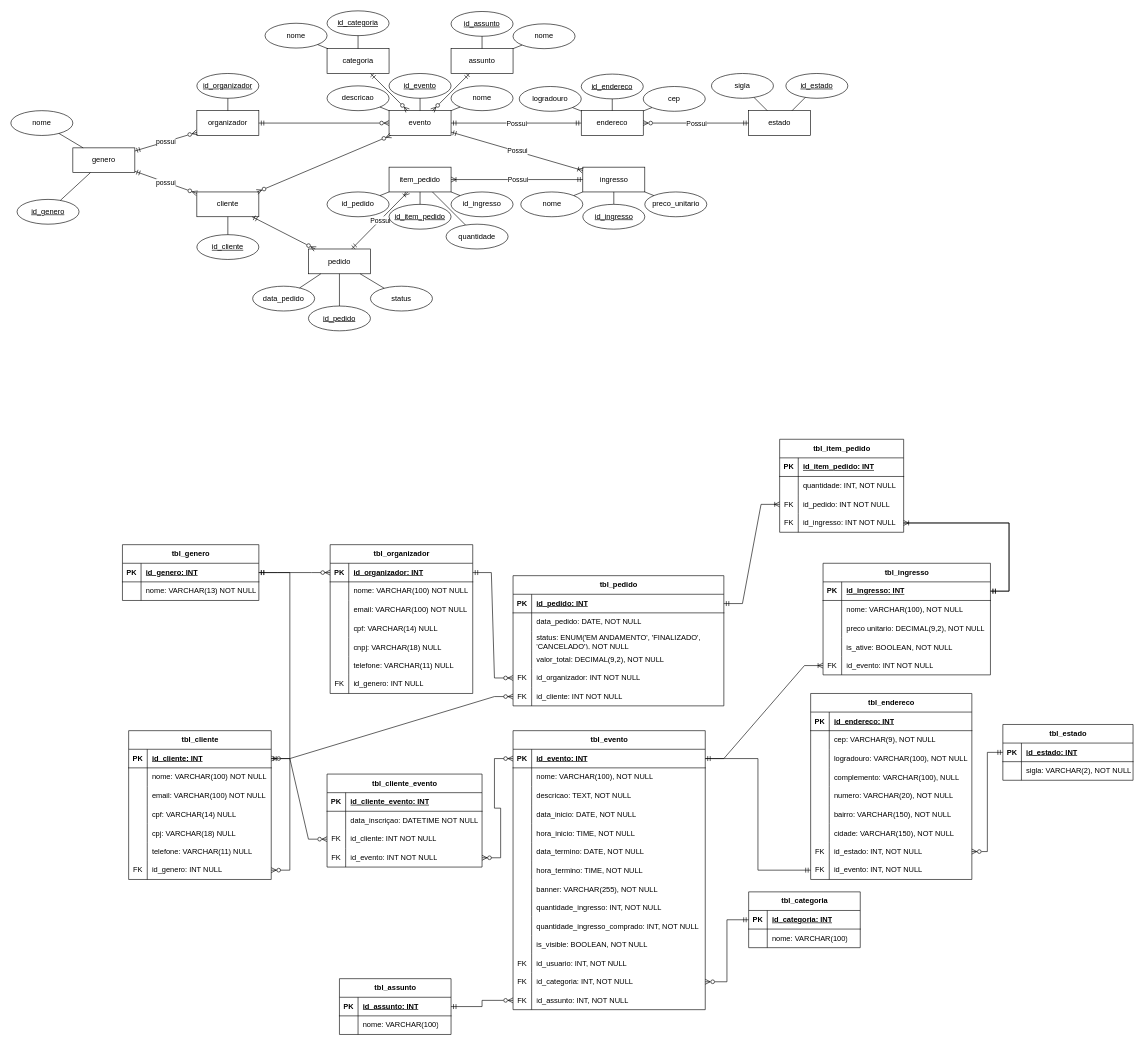
The draw.io diagram docs/modelagem.drawio in leonardo-scotti/gestao-eventos, before the edit. Source tidied: cells renumbered, new cells numbered last; positions are measured from the earlier drawing's top-left corner, leaving out a move shared by most shapes. Both pictures are drawn from the tidied source at 62%, with x=0, y=0 at pixel (11, 11).
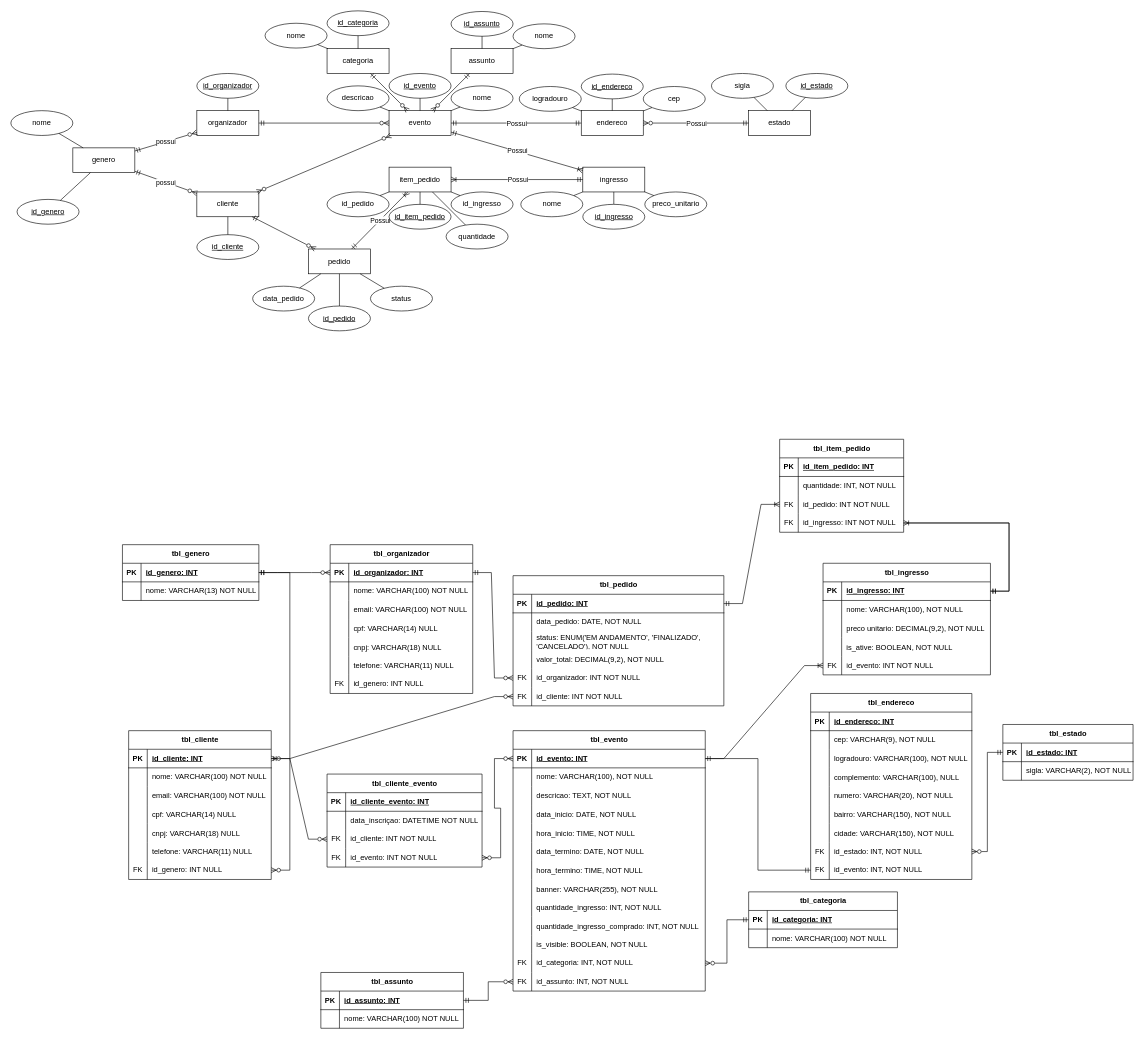
Above is the later version.

Commit message:
atualizando o draw io

Unchanged cells that the change refers to:
```xml
<mxCell id="270" style="shape=tableRow;horizontal=0;startSize=0;swimlaneHead=0;swimlaneBody=0;fillColor=none;top=0;left=0;right=0;bottom=0;" parent="257" vertex="1">
  <mxGeometry y="150" width="230" height="30" as="geometry" />
</mxCell>
```

The edit, as a diff of the source:
```diff
@@
-<mxGraphModel>
+<mxGraphModel background="#ffffff">
@@
     <mxCell id="66" value="tbl_evento" style="shape=table;startSize=30;childLayout=tableLayout;rowLines=0;fontStyle=1;align=center;html=1;" parent="1" vertex="1">
-      <mxGeometry x="810" y="1161" width="310" height="450" as="geometry" />
+      <mxGeometry x="810" y="1161" width="310" height="420" as="geometry" />
     </mxCell>
@@
-    <mxCell id="100" style="shape=tableRow;horizontal=0;startSize=0;swimlaneHead=0;swimlaneBody=0;fillColor=none;top=0;left=0;right=0;bottom=0;" parent="66" vertex="1">
-      <mxGeometry y="360" width="310" height="30" as="geometry" />
-    </mxCell>
-    <mxCell id="101" value="FK" style="shape=partialRectangle;fillColor=none;top=0;left=0;bottom=0;right=0;overflow=hidden;" parent="100" vertex="1">
-      <mxGeometry width="30" height="30" as="geometry" />
-    </mxCell>
-    <mxCell id="102" value="id_usuario: INT, NOT NULL" style="shape=partialRectangle;fillColor=none;top=0;left=0;bottom=0;right=0;align=left;spacingLeft=6;overflow=hidden;" parent="100" vertex="1">
-      <mxGeometry x="30" width="280" height="30" as="geometry" />
-    </mxCell>
     <mxCell id="103" style="shape=tableRow;horizontal=0;startSize=0;swimlaneHead=0;swimlaneBody=0;fillColor=none;points=[[0,0.5],[1,0.5]];portConstraint=eastwest;top=0;left=0;right=0;bottom=0;" parent="66" vertex="1">
-      <mxGeometry y="390" width="310" height="30" as="geometry" />
+      <mxGeometry y="360" width="310" height="30" as="geometry" />
     </mxCell>
@@
     <mxCell id="106" style="shape=tableRow;horizontal=0;startSize=0;swimlaneHead=0;swimlaneBody=0;fillColor=none;points=[[0,0.5],[1,0.5]];portConstraint=eastwest;top=0;left=0;right=0;bottom=0;" parent="66" vertex="1">
-      <mxGeometry y="420" width="310" height="30" as="geometry" />
+      <mxGeometry y="390" width="310" height="30" as="geometry" />
     </mxCell>
@@
     <mxCell id="121" value="tbl_categoria" style="shape=table;startSize=30;childLayout=tableLayout;rowLines=0;fontStyle=1;align=center;html=1;" parent="1" vertex="1">
-      <mxGeometry x="1190" y="1421" width="180" height="90" as="geometry" />
+      <mxGeometry x="1190" y="1421" width="240" height="90" as="geometry" />
     </mxCell>
     <mxCell id="122" style="shape=tableRow;horizontal=0;startSize=0;swimlaneHead=0;swimlaneBody=0;fillColor=none;points=[[0,0.5],[1,0.5]];portConstraint=eastwest;top=0;left=0;right=0;bottom=1;" parent="121" vertex="1">
-      <mxGeometry y="30" width="180" height="30" as="geometry" />
+      <mxGeometry y="30" width="240" height="30" as="geometry" />
     </mxCell>
@@
     <mxCell id="124" value="id_categoria: INT" style="shape=partialRectangle;fillColor=none;top=0;left=0;bottom=0;right=0;align=left;spacingLeft=6;fontStyle=5;overflow=hidden;whiteSpace=wrap;html=1;" parent="122" vertex="1">
-      <mxGeometry x="30" width="150" height="30" as="geometry" />
+      <mxGeometry x="30" width="210" height="30" as="geometry" />
     </mxCell>
     <mxCell id="125" style="shape=tableRow;horizontal=0;startSize=0;swimlaneHead=0;swimlaneBody=0;fillColor=none;top=0;left=0;right=0;bottom=0;" parent="121" vertex="1">
-      <mxGeometry y="60" width="180" height="30" as="geometry" />
+      <mxGeometry y="60" width="240" height="30" as="geometry" />
     </mxCell>
@@
-    <mxCell id="127" value="nome: VARCHAR(100)" style="shape=partialRectangle;fillColor=none;top=0;left=0;bottom=0;right=0;align=left;spacingLeft=6;overflow=hidden;whiteSpace=wrap;html=1;" parent="125" vertex="1">
-      <mxGeometry x="30" width="150" height="30" as="geometry" />
+    <mxCell id="127" value="nome: VARCHAR(100) NOT NULL" style="shape=partialRectangle;fillColor=none;top=0;left=0;bottom=0;right=0;align=left;spacingLeft=6;overflow=hidden;whiteSpace=wrap;html=1;" parent="125" vertex="1">
+      <mxGeometry x="30" width="210" height="30" as="geometry" />
     </mxCell>
     <mxCell id="128" value="tbl_assunto" style="shape=table;startSize=30;childLayout=tableLayout;rowLines=0;fontStyle=1;align=center;html=1;" parent="1" vertex="1">
-      <mxGeometry x="530" y="1561" width="180" height="90" as="geometry" />
+      <mxGeometry x="500" y="1551" width="230" height="90" as="geometry" />
     </mxCell>
     <mxCell id="129" style="shape=tableRow;horizontal=0;startSize=0;swimlaneHead=0;swimlaneBody=0;fillColor=none;points=[[0,0.5],[1,0.5]];portConstraint=eastwest;top=0;left=0;right=0;bottom=1;" parent="128" vertex="1">
-      <mxGeometry y="30" width="180" height="30" as="geometry" />
+      <mxGeometry y="30" width="230" height="30" as="geometry" />
     </mxCell>
@@
     <mxCell id="131" value="id_assunto: INT" style="shape=partialRectangle;fillColor=none;top=0;left=0;bottom=0;right=0;align=left;spacingLeft=6;fontStyle=5;overflow=hidden;whiteSpace=wrap;html=1;" parent="129" vertex="1">
-      <mxGeometry x="30" width="150" height="30" as="geometry" />
+      <mxGeometry x="30" width="200" height="30" as="geometry" />
     </mxCell>
     <mxCell id="132" style="shape=tableRow;horizontal=0;startSize=0;swimlaneHead=0;swimlaneBody=0;fillColor=none;top=0;left=0;right=0;bottom=0;" parent="128" vertex="1">
-      <mxGeometry y="60" width="180" height="30" as="geometry" />
+      <mxGeometry y="60" width="230" height="30" as="geometry" />
     </mxCell>
@@
-    <mxCell id="134" value="nome: VARCHAR(100)" style="shape=partialRectangle;fillColor=none;top=0;left=0;bottom=0;right=0;align=left;spacingLeft=6;overflow=hidden;whiteSpace=wrap;html=1;" parent="132" vertex="1">
-      <mxGeometry x="30" width="150" height="30" as="geometry" />
+    <mxCell id="134" value="nome: VARCHAR(100) NOT NULL" style="shape=partialRectangle;fillColor=none;top=0;left=0;bottom=0;right=0;align=left;spacingLeft=6;overflow=hidden;whiteSpace=wrap;html=1;" parent="132" vertex="1">
+      <mxGeometry x="30" width="200" height="30" as="geometry" />
     </mxCell>
@@
-    <mxCell id="272" value="cpj: VARCHAR(18) NULL" style="shape=partialRectangle;fillColor=none;top=0;left=0;bottom=0;right=0;align=left;spacingLeft=6;overflow=hidden;" parent="270" vertex="1">
+    <mxCell id="272" value="cnpj: VARCHAR(18) NULL" style="shape=partialRectangle;fillColor=none;top=0;left=0;bottom=0;right=0;align=left;spacingLeft=6;overflow=hidden;" parent="270" vertex="1">
       <mxGeometry x="30" width="200" height="30" as="geometry" />
     </mxCell>
```
